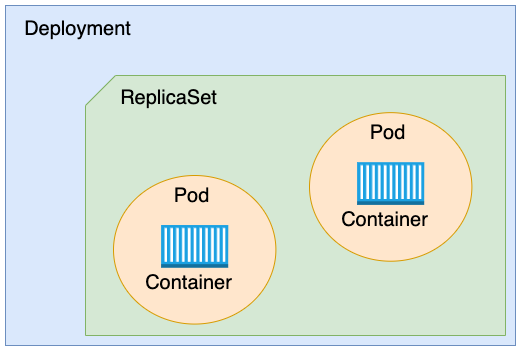
This is readme/deployment-replicaset-pod.png from tiennguyenhoan/kubernetes-usage-basic-learning, a draw.io export, as it was before one commit. Source tidied: cells renumbered, new cells last; positions are measured from the earlier drawing's top-left corner, leaving out a move shared by most shapes. The source it was exported from:
```xml
<mxGraphModel>
  <root>
    <mxCell id="0" />
    <mxCell id="1" parent="0" />
    <mxCell id="2" style="group;" parent="1" vertex="1">
      <mxGeometry width="510" height="340" as="geometry" />
    </mxCell>
    <mxCell id="3" style="rounded=0;whiteSpace=wrap;html=1;fontSize=12;fillColor=#dae8fc;strokeColor=#6c8ebf;" parent="2" vertex="1">
      <mxGeometry width="510" height="340" as="geometry" />
    </mxCell>
    <mxCell id="4" value="&lt;font style=&quot;font-size: 20px&quot;&gt;Deployment&lt;/font&gt;" style="text;html=1;align=center;verticalAlign=middle;strokeColor=none;fillColor=none;fontSize=12;" parent="2" vertex="1">
      <mxGeometry x="11.9" y="12.6" width="120" height="20" as="geometry" />
    </mxCell>
    <mxCell id="5" style="group;" parent="2" vertex="1">
      <mxGeometry x="80" y="70" width="420" height="260" as="geometry" />
    </mxCell>
    <mxCell id="6" style="shape=card;whiteSpace=wrap;html=1;fontSize=12;fillColor=#d5e8d4;strokeColor=#82b366;" parent="5" vertex="1">
      <mxGeometry width="420" height="260" as="geometry" />
    </mxCell>
    <mxCell id="7" value="&lt;font style=&quot;font-size: 20px&quot;&gt;ReplicaSet&lt;/font&gt;" style="text;html=1;align=center;verticalAlign=middle;points=[];strokeColor=none;fillColor=none;fontSize=12;" parent="5" vertex="1">
      <mxGeometry x="28" y="12.4" width="110" height="20" as="geometry" />
    </mxCell>
    <mxCell id="8" style="group;" parent="5" vertex="1">
      <mxGeometry x="28" y="100" width="162.4" height="148.6" as="geometry" />
    </mxCell>
    <mxCell id="9" style="ellipse;whiteSpace=wrap;html=1;fontSize=20;fillColor=#ffe6cc;strokeColor=#d79b00;" parent="8" vertex="1">
      <mxGeometry width="162.4" height="148.6" as="geometry" />
    </mxCell>
    <mxCell id="10" value="&lt;font style=&quot;font-size: 20px&quot;&gt;Pod&lt;/font&gt;" style="text;html=1;align=center;verticalAlign=middle;strokeColor=none;fillColor=none;fontSize=12;" parent="8" vertex="1">
      <mxGeometry x="53.2" y="9.9" width="50" height="20" as="geometry" />
    </mxCell>
    <mxCell id="11" style="group;" parent="8" vertex="1">
      <mxGeometry x="25.2" y="49.5" width="112" height="79.9" as="geometry" />
    </mxCell>
    <mxCell id="12" style="dashed=0;verticalLabelPosition=bottom;verticalAlign=top;align=center;html=1;shape=mxgraph.aws3.ec2_compute_container;fillColor=#1ba1e2;fontSize=20;fontColor=#ffffff;strokeColor=#006EAF;" parent="11" vertex="1">
      <mxGeometry x="22.4" width="67.2" height="42.7" as="geometry" />
    </mxCell>
    <mxCell id="13" value="Container" style="text;html=1;align=center;verticalAlign=middle;strokeColor=none;fillColor=none;fontSize=20;" parent="11" vertex="1">
      <mxGeometry y="42.7" width="100" height="30" as="geometry" />
    </mxCell>
    <mxCell id="14" style="group;" parent="5" vertex="1">
      <mxGeometry x="224" y="37.1" width="162.4" height="148.6" as="geometry" />
    </mxCell>
    <mxCell id="15" style="ellipse;whiteSpace=wrap;html=1;fontSize=20;fillColor=#ffe6cc;strokeColor=#d79b00;" parent="14" vertex="1">
      <mxGeometry width="162.4" height="148.6" as="geometry" />
    </mxCell>
    <mxCell id="16" value="&lt;font style=&quot;font-size: 20px&quot;&gt;Pod&lt;/font&gt;" style="text;html=1;align=center;verticalAlign=middle;strokeColor=none;fillColor=none;fontSize=12;" parent="14" vertex="1">
      <mxGeometry x="53.2" y="9.9" width="50" height="20" as="geometry" />
    </mxCell>
    <mxCell id="17" style="group;" parent="14" vertex="1">
      <mxGeometry x="25.2" y="49.5" width="112" height="79.9" as="geometry" />
    </mxCell>
    <mxCell id="18" style="outlineConnect=0;dashed=0;verticalLabelPosition=bottom;verticalAlign=top;align=center;html=1;shape=mxgraph.aws3.ec2_compute_container;fillColor=#1ba1e2;fontSize=20;fontColor=#ffffff;strokeColor=#006EAF;" parent="17" vertex="1">
      <mxGeometry x="22.4" width="67.2" height="42.7" as="geometry" />
    </mxCell>
    <mxCell id="19" value="Container" style="text;html=1;align=center;verticalAlign=middle;strokeColor=none;fillColor=none;fontSize=20;" parent="17" vertex="1">
      <mxGeometry y="42.7" width="100" height="30" as="geometry" />
    </mxCell>
  </root>
</mxGraphModel>
```
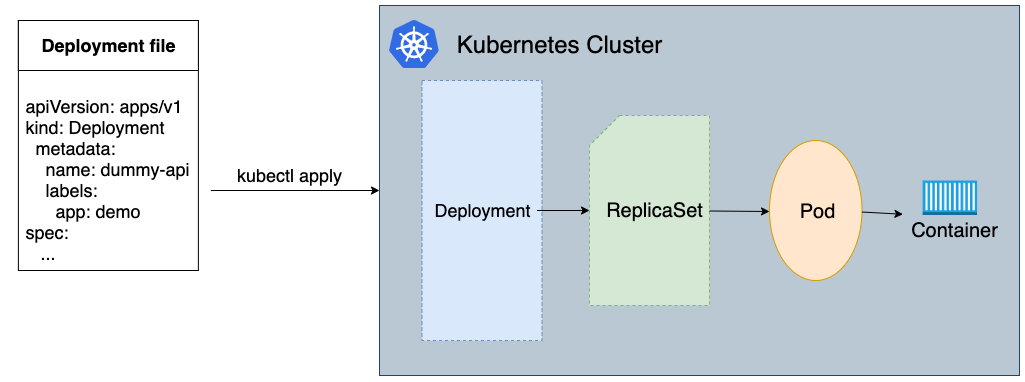
After the commit.

Change to the diagram source:
```diff
@@ -3,58 +3,86 @@
     <mxCell id="0" />
     <mxCell id="1" parent="0" />
     <mxCell id="2" style="group;" parent="1" vertex="1">
-      <mxGeometry width="510" height="340" as="geometry" />
+      <mxGeometry width="205" height="280" as="geometry" />
     </mxCell>
-    <mxCell id="3" style="rounded=0;whiteSpace=wrap;html=1;fontSize=12;fillColor=#dae8fc;strokeColor=#6c8ebf;" parent="2" vertex="1">
-      <mxGeometry width="510" height="340" as="geometry" />
+    <mxCell id="3" style="rounded=0;whiteSpace=wrap;html=1;strokeWidth=1;" parent="2" vertex="1">
+      <mxGeometry x="12.5" width="180" height="250" as="geometry" />
     </mxCell>
-    <mxCell id="4" value="&lt;font style=&quot;font-size: 20px&quot;&gt;Deployment&lt;/font&gt;" style="text;html=1;align=center;verticalAlign=middle;strokeColor=none;fillColor=none;fontSize=12;" parent="2" vertex="1">
-      <mxGeometry x="11.9" y="12.6" width="120" height="20" as="geometry" />
+    <mxCell id="4" style="group;" parent="2" vertex="1">
+      <mxGeometry x="12.5" width="180" height="50" as="geometry" />
     </mxCell>
-    <mxCell id="5" style="group;" parent="2" vertex="1">
-      <mxGeometry x="80" y="70" width="420" height="260" as="geometry" />
+    <mxCell id="5" style="rounded=0;whiteSpace=wrap;html=1;strokeWidth=1;" parent="4" vertex="1">
+      <mxGeometry width="180" height="50" as="geometry" />
     </mxCell>
-    <mxCell id="6" style="shape=card;whiteSpace=wrap;html=1;fontSize=12;fillColor=#d5e8d4;strokeColor=#82b366;" parent="5" vertex="1">
-      <mxGeometry width="420" height="260" as="geometry" />
+    <mxCell id="6" value="&lt;font style=&quot;font-size: 18px&quot;&gt;&lt;b&gt;Deployment file&lt;/b&gt;&lt;/font&gt;" style="text;html=1;align=center;verticalAlign=middle;strokeColor=none;fillColor=none;" parent="4" vertex="1">
+      <mxGeometry x="15" y="15" width="150" height="20" as="geometry" />
     </mxCell>
-    <mxCell id="7" value="&lt;font style=&quot;font-size: 20px&quot;&gt;ReplicaSet&lt;/font&gt;" style="text;html=1;align=center;verticalAlign=middle;points=[];strokeColor=none;fillColor=none;fontSize=12;" parent="5" vertex="1">
-      <mxGeometry x="28" y="12.4" width="110" height="20" as="geometry" />
+    <mxCell id="7" value="&lt;div style=&quot;text-align: left&quot;&gt;apiVersion: apps/v1&lt;/div&gt;&lt;div style=&quot;text-align: left&quot;&gt;&lt;span&gt;kind: Deployment&lt;/span&gt;&lt;/div&gt;&lt;div style=&quot;text-align: left&quot;&gt;&amp;nbsp; metadata:&lt;/div&gt;&lt;div style=&quot;text-align: left&quot;&gt;&amp;nbsp; &amp;nbsp; name: dummy-api&lt;/div&gt;&lt;div style=&quot;text-align: left&quot;&gt;&amp;nbsp; &amp;nbsp; labels:&lt;/div&gt;&lt;div style=&quot;text-align: left&quot;&gt;&amp;nbsp; &amp;nbsp; &amp;nbsp; app: demo&lt;/div&gt;&lt;div style=&quot;text-align: left&quot;&gt;spec:&lt;br&gt;&lt;/div&gt;&lt;div style=&quot;text-align: left&quot;&gt;&amp;nbsp; &amp;nbsp;...&lt;/div&gt;&lt;div style=&quot;text-align: left&quot;&gt;&lt;br&gt;&lt;/div&gt;" style="text;html=1;strokeColor=none;fillColor=none;align=center;verticalAlign=middle;whiteSpace=wrap;rounded=0;fontSize=18;" parent="2" vertex="1">
+      <mxGeometry y="60" width="205" height="220" as="geometry" />
     </mxCell>
-    <mxCell id="8" style="group;" parent="5" vertex="1">
-      <mxGeometry x="28" y="100" width="162.4" height="148.6" as="geometry" />
+    <mxCell id="8" style="rounded=0;whiteSpace=wrap;html=1;fontSize=18;strokeWidth=1;fillColor=#bac8d3;strokeColor=#23445d;" parent="1" vertex="1">
+      <mxGeometry x="373.6" y="-15" width="640" height="370" as="geometry" />
     </mxCell>
-    <mxCell id="9" style="ellipse;whiteSpace=wrap;html=1;fontSize=20;fillColor=#ffe6cc;strokeColor=#d79b00;" parent="8" vertex="1">
-      <mxGeometry width="162.4" height="148.6" as="geometry" />
+    <mxCell id="9" style="edgeStyle=orthogonalEdgeStyle;rounded=0;jettySize=auto;html=1;exitX=1;exitY=0.5;exitDx=0;exitDy=0;entryX=0;entryY=0.5;entryDx=0;entryDy=0;fontSize=18;" parent="1" edge="1" source="7" target="8">
+      <mxGeometry relative="1" as="geometry" />
     </mxCell>
-    <mxCell id="10" value="&lt;font style=&quot;font-size: 20px&quot;&gt;Pod&lt;/font&gt;" style="text;html=1;align=center;verticalAlign=middle;strokeColor=none;fillColor=none;fontSize=12;" parent="8" vertex="1">
-      <mxGeometry x="53.2" y="9.9" width="50" height="20" as="geometry" />
+    <mxCell id="10" value="kubectl apply" style="text;html=1;align=center;verticalAlign=middle;strokeColor=none;fillColor=none;fontSize=18;" parent="1" vertex="1">
+      <mxGeometry x="223.6" y="140" width="120" height="30" as="geometry" />
     </mxCell>
-    <mxCell id="11" style="group;" parent="8" vertex="1">
-      <mxGeometry x="25.2" y="49.5" width="112" height="79.9" as="geometry" />
+    <mxCell id="11" style="sketch=0;html=1;align=center;image;fontSize=12;image=img/lib/mscae/Kubernetes.svg;strokeWidth=1;" parent="1" vertex="1">
+      <mxGeometry x="383.6" width="50" height="48" as="geometry" />
     </mxCell>
-    <mxCell id="12" style="dashed=0;verticalLabelPosition=bottom;verticalAlign=top;align=center;html=1;shape=mxgraph.aws3.ec2_compute_container;fillColor=#1ba1e2;fontSize=20;fontColor=#ffffff;strokeColor=#006EAF;" parent="11" vertex="1">
-      <mxGeometry x="22.4" width="67.2" height="42.7" as="geometry" />
+    <mxCell id="12" value="&lt;font style=&quot;font-size: 24px&quot;&gt;Kubernetes Cluster&lt;/font&gt;" style="text;html=1;align=center;verticalAlign=middle;strokeColor=none;fillColor=none;fontSize=18;" parent="1" vertex="1">
+      <mxGeometry x="443.6" y="9" width="220" height="30" as="geometry" />
     </mxCell>
-    <mxCell id="13" value="Container" style="text;html=1;align=center;verticalAlign=middle;strokeColor=none;fillColor=none;fontSize=20;" parent="11" vertex="1">
-      <mxGeometry y="42.7" width="100" height="30" as="geometry" />
+    <mxCell id="13" style="group;" parent="1" vertex="1">
+      <mxGeometry x="898.6" y="160" width="90.8" height="64.5" as="geometry" />
     </mxCell>
-    <mxCell id="14" style="group;" parent="5" vertex="1">
-      <mxGeometry x="224" y="37.1" width="162.4" height="148.6" as="geometry" />
+    <mxCell id="14" style="dashed=0;verticalLabelPosition=bottom;verticalAlign=top;align=center;html=1;shape=mxgraph.aws3.ec2_compute_container;fillColor=#1ba1e2;fontSize=20;fontColor=#ffffff;strokeColor=#006EAF;" parent="13" vertex="1">
+      <mxGeometry x="18.2" width="54.5" height="34.5" as="geometry" />
     </mxCell>
-    <mxCell id="15" style="ellipse;whiteSpace=wrap;html=1;fontSize=20;fillColor=#ffe6cc;strokeColor=#d79b00;" parent="14" vertex="1">
-      <mxGeometry width="162.4" height="148.6" as="geometry" />
+    <mxCell id="15" value="Container" style="text;html=1;align=center;verticalAlign=middle;points=[];strokeColor=none;fillColor=none;fontSize=20;" parent="13" vertex="1">
+      <mxGeometry y="34.5" width="100" height="30" as="geometry" />
     </mxCell>
-    <mxCell id="16" value="&lt;font style=&quot;font-size: 20px&quot;&gt;Pod&lt;/font&gt;" style="text;html=1;align=center;verticalAlign=middle;strokeColor=none;fillColor=none;fontSize=12;" parent="14" vertex="1">
-      <mxGeometry x="53.2" y="9.9" width="50" height="20" as="geometry" />
+    <mxCell id="16" style="group;" parent="1" vertex="1">
+      <mxGeometry x="416.1" y="60" width="120" height="260" as="geometry" />
     </mxCell>
-    <mxCell id="17" style="group;" parent="14" vertex="1">
-      <mxGeometry x="25.2" y="49.5" width="112" height="79.9" as="geometry" />
+    <mxCell id="17" style="rounded=0;whiteSpace=wrap;html=1;fontSize=12;fillColor=#dae8fc;strokeColor=#6c8ebf;dashed=1;" parent="16" vertex="1">
+      <mxGeometry width="120" height="260" as="geometry" />
     </mxCell>
-    <mxCell id="18" style="outlineConnect=0;dashed=0;verticalLabelPosition=bottom;verticalAlign=top;align=center;html=1;shape=mxgraph.aws3.ec2_compute_container;fillColor=#1ba1e2;fontSize=20;fontColor=#ffffff;strokeColor=#006EAF;" parent="17" vertex="1">
-      <mxGeometry x="22.4" width="67.2" height="42.7" as="geometry" />
+    <mxCell id="18" value="&lt;font style=&quot;font-size: 18px&quot;&gt;Deployment&lt;/font&gt;" style="text;html=1;align=center;verticalAlign=middle;points=[];strokeColor=none;fillColor=none;fontSize=12;" parent="16" vertex="1">
+      <mxGeometry x="5" y="120" width="110" height="20" as="geometry" />
     </mxCell>
-    <mxCell id="19" value="Container" style="text;html=1;align=center;verticalAlign=middle;strokeColor=none;fillColor=none;fontSize=20;" parent="17" vertex="1">
-      <mxGeometry y="42.7" width="100" height="30" as="geometry" />
+    <mxCell id="19" style="group;" parent="1" vertex="1">
+      <mxGeometry x="583.6" y="95" width="120" height="190" as="geometry" />
     </mxCell>
+    <mxCell id="20" style="shape=card;whiteSpace=wrap;html=1;fontSize=12;fillColor=#d5e8d4;strokeColor=#82b366;dashed=1;" parent="19" vertex="1">
+      <mxGeometry width="120" height="190" as="geometry" />
+    </mxCell>
+    <mxCell id="21" value="&lt;font style=&quot;font-size: 20px&quot;&gt;ReplicaSet&lt;/font&gt;" style="text;html=1;align=center;verticalAlign=middle;strokeColor=none;fillColor=none;fontSize=12;" parent="19" vertex="1">
+      <mxGeometry x="10" y="85" width="110" height="20" as="geometry" />
+    </mxCell>
+    <mxCell id="22" style="group;" parent="1" vertex="1">
+      <mxGeometry x="763.6" y="120" width="92.5" height="140" as="geometry" />
+    </mxCell>
+    <mxCell id="23" style="ellipse;whiteSpace=wrap;html=1;fontSize=20;fillColor=#ffe6cc;strokeColor=#d79b00;" parent="22" vertex="1">
+      <mxGeometry width="92.5" height="140" as="geometry" />
+    </mxCell>
+    <mxCell id="24" value="&lt;font style=&quot;font-size: 20px&quot;&gt;Pod&lt;/font&gt;" style="text;html=1;align=center;verticalAlign=middle;strokeColor=none;fillColor=none;fontSize=12;" parent="22" vertex="1">
+      <mxGeometry x="23.1" y="61.3" width="50" height="20" as="geometry" />
+    </mxCell>
+    <mxCell id="25" style="edgeStyle=orthogonalEdgeStyle;rounded=0;jettySize=auto;html=1;fontSize=24;" parent="1" edge="1" source="18">
+      <mxGeometry relative="1" as="geometry">
+        <mxPoint x="583.6" y="190" as="targetPoint" />
+      </mxGeometry>
+    </mxCell>
+    <mxCell id="26" style="rounded=0;jettySize=auto;html=1;fontSize=24;" parent="1" edge="1" source="20">
+      <mxGeometry relative="1" as="geometry">
+        <mxPoint x="763.6" y="191" as="targetPoint" />
+      </mxGeometry>
+    </mxCell>
+    <mxCell id="27" style="edgeStyle=none;rounded=0;jettySize=auto;html=1;fontSize=24;entryX=-0.015;entryY=-0.024;entryDx=0;entryDy=0;entryPerimeter=0;" parent="1" edge="1" source="23" target="15">
+      <mxGeometry relative="1" as="geometry" />
+    </mxCell>
   </root>
 </mxGraphModel>
```
